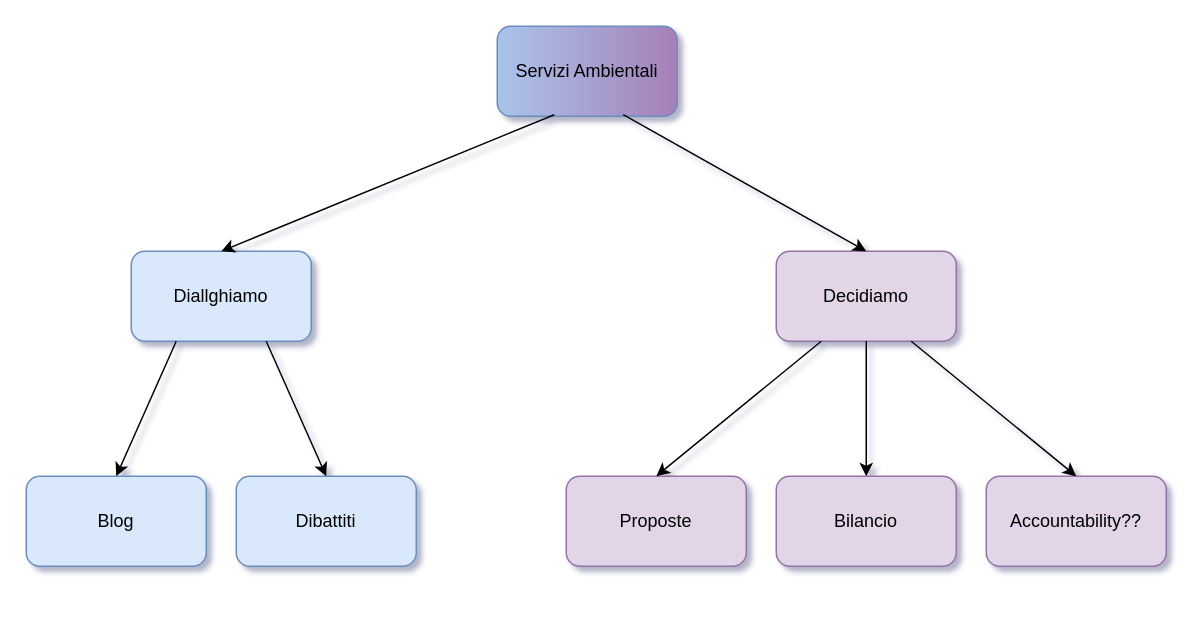
Before: Diagramma.drawio in antongiacomo/Slide-CDT, a draw.io diagram. Source tidied: cells renumbered, new cells numbered last; positions are measured from the earlier drawing's top-left corner, leaving out a move shared by most shapes. Both pictures are drawn from the tidied source at 150%, with x=0, y=0 at pixel (26, 26).
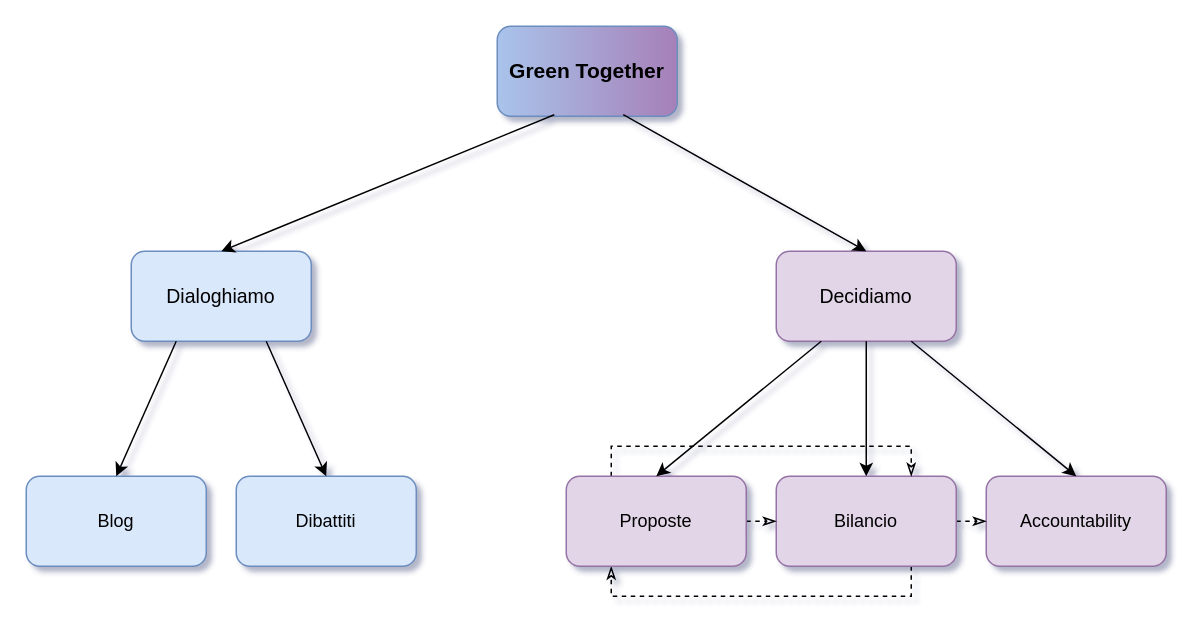
The same page after the edit.

The change refers to these unchanged cells:
```xml
<mxCell id="8" value="Bilancio" style="rounded=1;whiteSpace=wrap;html=1;fillColor=#e1d5e7;strokeColor=#9673a6;" parent="1" vertex="1">
  <mxGeometry x="500" y="300" width="120" height="60" as="geometry" />
</mxCell>
<mxCell id="9" value="Proposte" style="rounded=1;whiteSpace=wrap;html=1;fillColor=#e1d5e7;strokeColor=#9673a6;" parent="1" vertex="1">
  <mxGeometry x="360" y="300" width="120" height="60" as="geometry" />
</mxCell>
```

Diff of the diagram source:
```diff
@@
-    <mxCell id="2" value="Servizi Ambientali" style="rounded=1;whiteSpace=wrap;html=1;strokeColor=#6c8ebf;gradientDirection=east;fillColor=#A9C4EB;gradientColor=#A680B8;" parent="1" vertex="1">
+    <mxCell id="2" value="&lt;b&gt;&lt;font style=&quot;font-size: 14px&quot;&gt;Green Together&lt;/font&gt;&lt;/b&gt;" style="rounded=1;whiteSpace=wrap;html=1;strokeColor=#6c8ebf;gradientDirection=east;fillColor=#A9C4EB;gradientColor=#A680B8;" parent="1" vertex="1">
       <mxGeometry x="314" width="120" height="60" as="geometry" />
     </mxCell>
-    <mxCell id="3" value="Decidiamo" style="rounded=1;whiteSpace=wrap;html=1;fillColor=#e1d5e7;strokeColor=#9673a6;" parent="1" vertex="1">
+    <mxCell id="3" value="&lt;font style=&quot;font-size: 13px&quot;&gt;Decidiamo&lt;/font&gt;" style="rounded=1;whiteSpace=wrap;html=1;fillColor=#e1d5e7;strokeColor=#9673a6;" parent="1" vertex="1">
       <mxGeometry x="500" y="150" width="120" height="60" as="geometry" />
     </mxCell>
-    <mxCell id="4" value="Diallghiamo" style="rounded=1;whiteSpace=wrap;html=1;fillColor=#dae8fc;strokeColor=#6c8ebf;" parent="1" vertex="1">
+    <mxCell id="4" value="&lt;font style=&quot;font-size: 13px&quot;&gt;Dialoghiamo&lt;/font&gt;" style="rounded=1;whiteSpace=wrap;html=1;fillColor=#dae8fc;strokeColor=#6c8ebf;" parent="1" vertex="1">
       <mxGeometry x="70" y="150" width="120" height="60" as="geometry" />
     </mxCell>
@@
-    <mxCell id="7" value="Accountability??" style="rounded=1;whiteSpace=wrap;html=1;fillColor=#e1d5e7;strokeColor=#9673a6;" parent="1" vertex="1">
+    <mxCell id="7" value="Accountability" style="rounded=1;whiteSpace=wrap;html=1;fillColor=#e1d5e7;strokeColor=#9673a6;" parent="1" vertex="1">
       <mxGeometry x="640" y="300" width="120" height="60" as="geometry" />
     </mxCell>
+    <mxCell id="17" style="edgeStyle=orthogonalEdgeStyle;rounded=0;jettySize=auto;html=1;exitX=1;exitY=0.5;exitDx=0;exitDy=0;entryX=0;entryY=0.5;entryDx=0;entryDy=0;dashed=1;endArrow=classicThin;endFill=0;" parent="1" edge="1" source="8" target="7">
+      <mxGeometry relative="1" as="geometry" />
+    </mxCell>
+    <mxCell id="18" style="edgeStyle=orthogonalEdgeStyle;rounded=0;jettySize=auto;html=1;exitX=0.75;exitY=1;exitDx=0;exitDy=0;dashed=1;entryX=0.25;entryY=1;entryDx=0;entryDy=0;endArrow=classicThin;endFill=0;" parent="1" edge="1" source="8" target="9">
+      <mxGeometry relative="1" as="geometry">
+        <Array as="points">
+          <mxPoint x="590" y="380" />
+          <mxPoint x="390" y="380" />
+        </Array>
+      </mxGeometry>
+    </mxCell>
@@
+    <mxCell id="19" style="edgeStyle=orthogonalEdgeStyle;rounded=0;jettySize=auto;html=1;exitX=1;exitY=0.5;exitDx=0;exitDy=0;entryX=0;entryY=0.5;entryDx=0;entryDy=0;dashed=1;endArrow=classicThin;endFill=0;" parent="1" edge="1" source="9" target="8">
+      <mxGeometry relative="1" as="geometry" />
+    </mxCell>
+    <mxCell id="20" style="edgeStyle=orthogonalEdgeStyle;rounded=0;jettySize=auto;html=1;exitX=0.25;exitY=0;exitDx=0;exitDy=0;entryX=0.75;entryY=0;entryDx=0;entryDy=0;dashed=1;endArrow=classicThin;endFill=0;" parent="1" edge="1" source="9" target="8">
+      <mxGeometry relative="1" as="geometry">
+        <Array as="points">
+          <mxPoint x="390" y="280" />
+          <mxPoint x="590" y="280" />
+        </Array>
+      </mxGeometry>
+    </mxCell>
```
